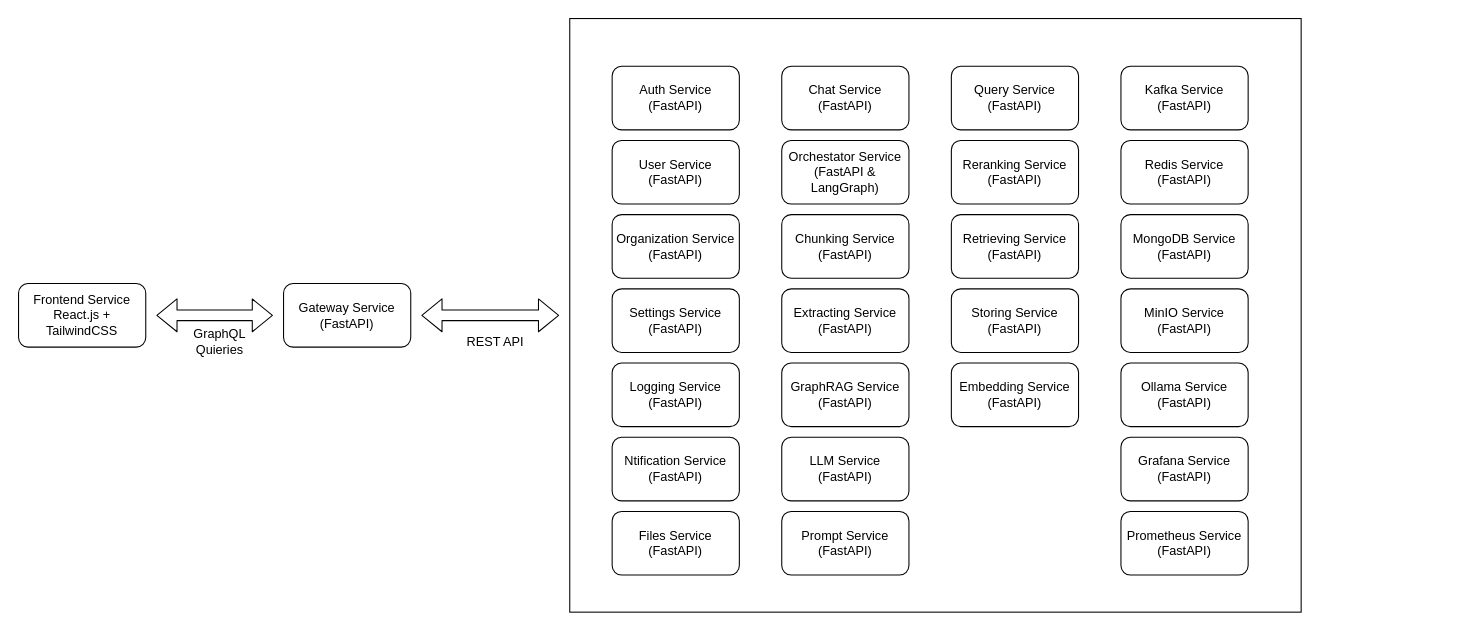
The draw.io diagram architecture.drawio in AhmadAbukhuit/RAG-APP, before the edit. Source tidied: cells renumbered, new cells numbered last; positions are measured from the earlier drawing's top-left corner, leaving out a move shared by most shapes. Both pictures are drawn from the tidied source at 106%, with x=0, y=0 at pixel (18, 18).
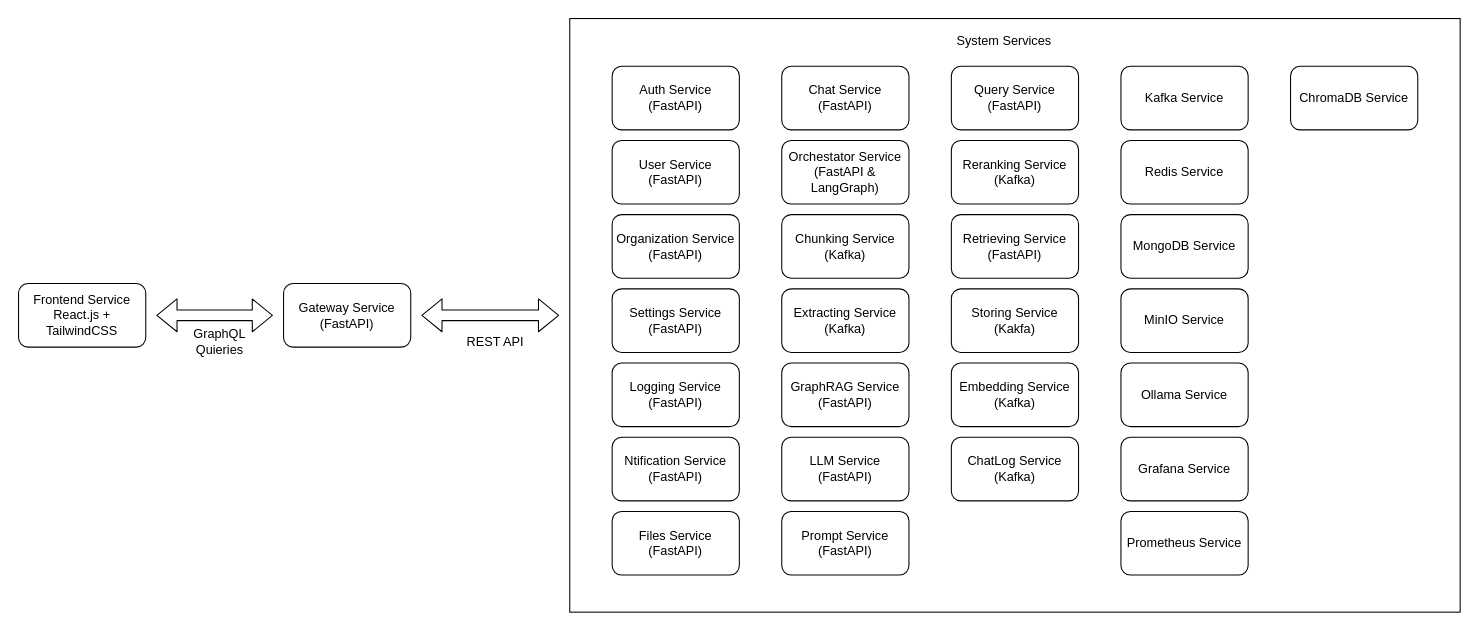
Above is the later version.

Diff of the diagram source:
```diff
@@
     <mxCell id="2" style="rounded=0;whiteSpace=wrap;html=1;" parent="1" vertex="1">
-      <mxGeometry x="520" width="690" height="560" as="geometry" />
+      <mxGeometry x="520" width="840" height="560" as="geometry" />
     </mxCell>
@@
-    <mxCell id="16" value="Chunking Service&lt;br&gt;(FastAPI)" style="rounded=1;whiteSpace=wrap;html=1;" parent="1" vertex="1">
+    <mxCell id="16" value="Chunking Service&lt;br&gt;(Kafka)" style="rounded=1;whiteSpace=wrap;html=1;" parent="1" vertex="1">
       <mxGeometry x="720" y="185" width="120" height="60" as="geometry" />
     </mxCell>
-    <mxCell id="17" value="Extracting Service&lt;br&gt;(FastAPI)" style="rounded=1;whiteSpace=wrap;html=1;" parent="1" vertex="1">
+    <mxCell id="17" value="Extracting Service&lt;br&gt;(Kafka)" style="rounded=1;whiteSpace=wrap;html=1;" parent="1" vertex="1">
       <mxGeometry x="720" y="255" width="120" height="60" as="geometry" />
     </mxCell>
@@
-    <mxCell id="24" value="Reranking Service&lt;br&gt;(FastAPI)" style="rounded=1;whiteSpace=wrap;html=1;" parent="1" vertex="1">
+    <mxCell id="24" value="Reranking Service&lt;br&gt;(Kafka)" style="rounded=1;whiteSpace=wrap;html=1;" parent="1" vertex="1">
       <mxGeometry x="880" y="115" width="120" height="60" as="geometry" />
     </mxCell>
@@
-    <mxCell id="26" value="Storing Service&lt;br&gt;(FastAPI)" style="rounded=1;whiteSpace=wrap;html=1;" parent="1" vertex="1">
+    <mxCell id="26" value="Storing Service&lt;br&gt;(Kakfa)" style="rounded=1;whiteSpace=wrap;html=1;" parent="1" vertex="1">
       <mxGeometry x="880" y="255" width="120" height="60" as="geometry" />
     </mxCell>
-    <mxCell id="27" value="Embedding Service&lt;br&gt;(FastAPI)" style="rounded=1;whiteSpace=wrap;html=1;" parent="1" vertex="1">
+    <mxCell id="27" value="Embedding Service&lt;br&gt;(Kafka)" style="rounded=1;whiteSpace=wrap;html=1;" parent="1" vertex="1">
       <mxGeometry x="880" y="325" width="120" height="60" as="geometry" />
     </mxCell>
-    <mxCell id="28" value="Kafka Service&lt;br&gt;(FastAPI)" style="rounded=1;whiteSpace=wrap;html=1;" parent="1" vertex="1">
+    <mxCell id="28" value="Kafka Service" style="rounded=1;whiteSpace=wrap;html=1;" parent="1" vertex="1">
       <mxGeometry x="1040" y="45" width="120" height="60" as="geometry" />
     </mxCell>
-    <mxCell id="29" value="Redis Service&lt;br&gt;(FastAPI)" style="rounded=1;whiteSpace=wrap;html=1;" parent="1" vertex="1">
+    <mxCell id="29" value="Redis Service" style="rounded=1;whiteSpace=wrap;html=1;" parent="1" vertex="1">
       <mxGeometry x="1040" y="115" width="120" height="60" as="geometry" />
     </mxCell>
-    <mxCell id="30" value="MongoDB Service&lt;br&gt;(FastAPI)" style="rounded=1;whiteSpace=wrap;html=1;" parent="1" vertex="1">
+    <mxCell id="30" value="MongoDB Service" style="rounded=1;whiteSpace=wrap;html=1;" parent="1" vertex="1">
       <mxGeometry x="1040" y="185" width="120" height="60" as="geometry" />
     </mxCell>
-    <mxCell id="31" value="MinIO Service&lt;br&gt;(FastAPI)" style="rounded=1;whiteSpace=wrap;html=1;" parent="1" vertex="1">
+    <mxCell id="31" value="MinIO Service" style="rounded=1;whiteSpace=wrap;html=1;" parent="1" vertex="1">
       <mxGeometry x="1040" y="255" width="120" height="60" as="geometry" />
     </mxCell>
-    <mxCell id="32" value="Ollama Service&lt;br&gt;(FastAPI)" style="rounded=1;whiteSpace=wrap;html=1;" parent="1" vertex="1">
+    <mxCell id="32" value="Ollama Service" style="rounded=1;whiteSpace=wrap;html=1;" parent="1" vertex="1">
       <mxGeometry x="1040" y="325" width="120" height="60" as="geometry" />
     </mxCell>
-    <mxCell id="33" value="Grafana Service&lt;br&gt;(FastAPI)" style="rounded=1;whiteSpace=wrap;html=1;" parent="1" vertex="1">
+    <mxCell id="33" value="Grafana Service" style="rounded=1;whiteSpace=wrap;html=1;" parent="1" vertex="1">
       <mxGeometry x="1040" y="395" width="120" height="60" as="geometry" />
     </mxCell>
-    <mxCell id="34" value="Prometheus Service&lt;br&gt;(FastAPI)" style="rounded=1;whiteSpace=wrap;html=1;" parent="1" vertex="1">
+    <mxCell id="34" value="Prometheus Service" style="rounded=1;whiteSpace=wrap;html=1;" parent="1" vertex="1">
       <mxGeometry x="1040" y="465" width="120" height="60" as="geometry" />
     </mxCell>
+    <mxCell id="35" value="System Services" style="text;html=1;strokeColor=none;fillColor=none;align=center;verticalAlign=middle;whiteSpace=wrap;rounded=0;" parent="1" vertex="1">
+      <mxGeometry x="850" y="6" width="160" height="30" as="geometry" />
+    </mxCell>
+    <mxCell id="36" value="ChromaDB Service" style="rounded=1;whiteSpace=wrap;html=1;" parent="1" vertex="1">
+      <mxGeometry x="1200" y="45" width="120" height="60" as="geometry" />
+    </mxCell>
+    <mxCell id="37" value="ChatLog Service&lt;br&gt;(Kafka)" style="rounded=1;whiteSpace=wrap;html=1;" parent="1" vertex="1">
+      <mxGeometry x="880" y="395" width="120" height="60" as="geometry" />
+    </mxCell>
```
